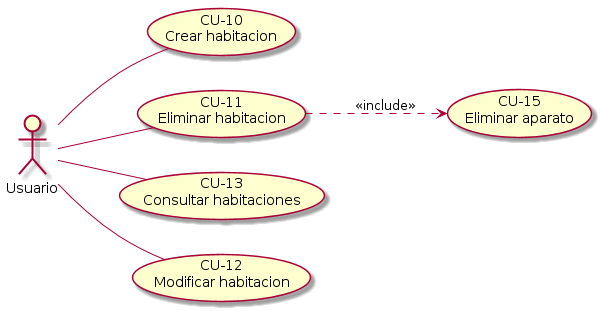
The PlantUML diagram Integrador/PCHouse/UMLDoc/Diagrama Casos de Uso/diagrama_de_casos_de_uso_habitacion.png in ulisescolina/UC-POOII, before a commit.
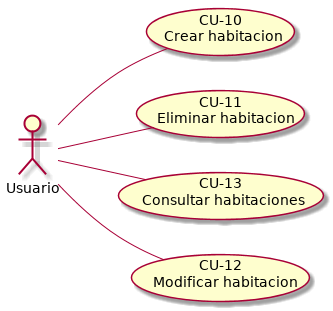
After the change.

What changed in the source:
```diff
@@ -4,5 +4,4 @@
 :Usuario: -- (CU-11\nEliminar habitacion)
 :Usuario: -- (CU-13\nConsultar habitaciones)
 :Usuario: -- (CU-12\nModificar habitacion)
-(CU-11\nEliminar habitacion) ..> (CU-15\nEliminar aparato): <<include>>
 @enduml
```
